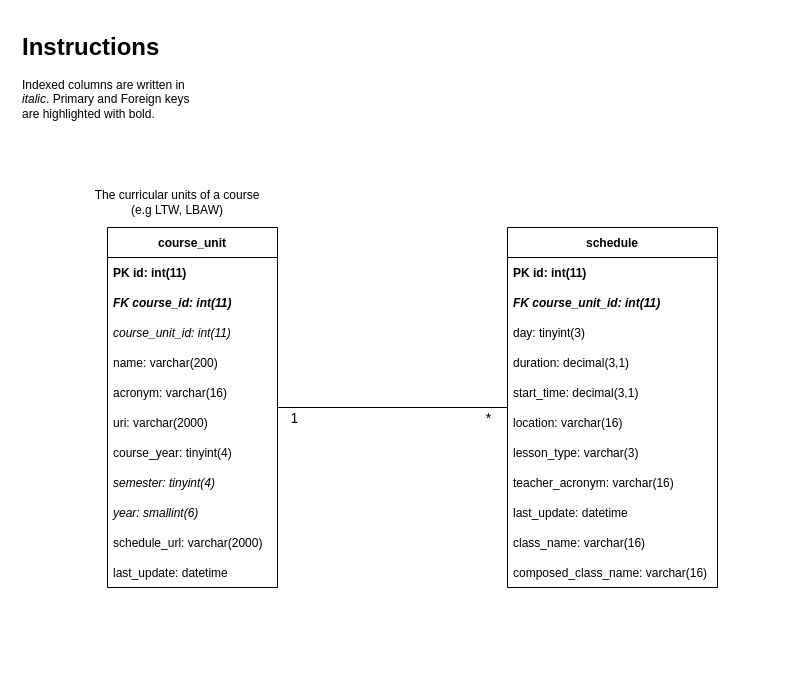
This is docs/schema.drawio from NIAEFEUP/tts-be, a draw.io file, before an edit. Source tidied: cells renumbered, new cells numbered last; positions are measured from the earlier drawing's top-left corner, leaving out a move shared by most shapes. Both pictures are drawn from the tidied source at 100%, with x=0, y=0 at pixel (17, 27).
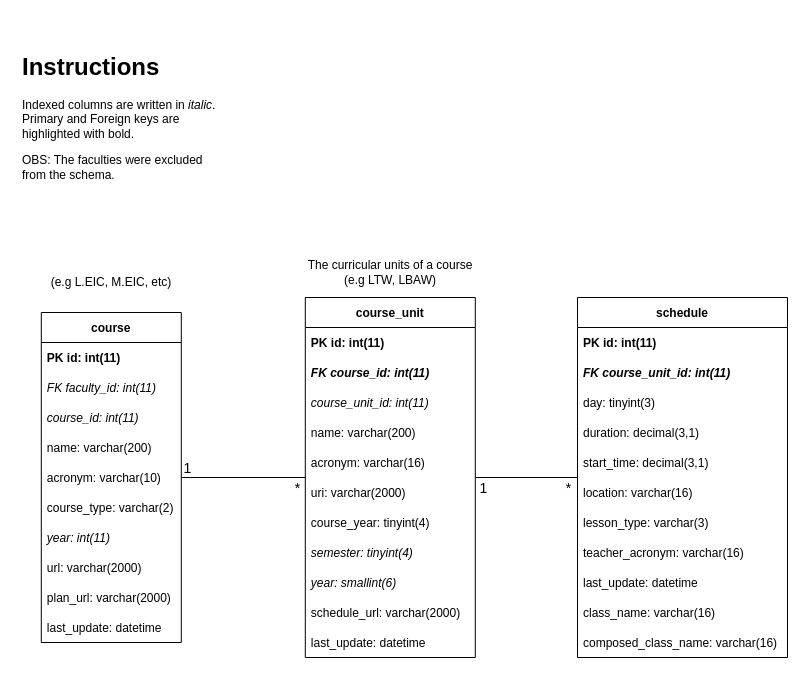
The same page after the edit.

Commit message (it also covers changes not shown here):
update: database schema

The change refers to these unchanged cells:
```xml
<mxCell id="16" style="edgeStyle=none;html=1;endArrow=none;endFill=0;" parent="1" edge="1" source="19" target="2">
  <mxGeometry relative="1" as="geometry" />
</mxCell>
```

What changed in the source:
```diff
@@
+    <mxCell id="31" style="edgeStyle=none;html=1;endArrow=none;endFill=0;rounded=0;" parent="1" edge="1" source="2" target="34">
+      <mxGeometry relative="1" as="geometry" />
+    </mxCell>
+    <mxCell id="32" value="&lt;font style=&quot;font-size: 14px&quot;&gt;*&lt;/font&gt;" style="edgeLabel;html=1;align=center;verticalAlign=middle;" parent="31" vertex="1">
+      <mxGeometry x="-0.81" relative="1" as="geometry">
+        <mxPoint x="4" y="10" as="offset" />
+      </mxGeometry>
+    </mxCell>
+    <mxCell id="33" value="1" style="edgeLabel;html=1;align=center;verticalAlign=middle;fontSize=14;" parent="31" vertex="1">
+      <mxGeometry x="0.22" y="3" relative="1" as="geometry">
+        <mxPoint x="-42" y="-13" as="offset" />
+      </mxGeometry>
+    </mxCell>
     <mxCell id="2" value="course_unit" style="swimlane;fontStyle=1;horizontal=1;startSize=30;" parent="1" vertex="1">
-      <mxGeometry x="90" y="200" width="170" height="360" as="geometry" />
+      <mxGeometry x="287.8" y="270" width="170" height="360" as="geometry" />
     </mxCell>
@@
     <mxCell id="14" value="The curricular units of a course (e.g LTW, LBAW)" style="text;html=1;strokeColor=none;fillColor=none;align=center;verticalAlign=middle;whiteSpace=wrap;rounded=0;" parent="1" vertex="1">
-      <mxGeometry x="75" y="160" width="170" height="30" as="geometry" />
+      <mxGeometry x="287.8" y="230" width="170" height="30" as="geometry" />
     </mxCell>
-    <mxCell id="15" value="&lt;h1&gt;Instructions&lt;/h1&gt;&lt;p&gt;Indexed columns are written in &lt;i&gt;italic&lt;/i&gt;. Primary and Foreign keys are highlighted with bold.&amp;nbsp;&lt;/p&gt;" style="text;html=1;strokeColor=none;fillColor=none;spacing=5;spacingTop=-20;whiteSpace=wrap;overflow=hidden;rounded=0;" parent="1" vertex="1">
-      <mxGeometry width="190" height="120" as="geometry" />
+    <mxCell id="15" value="&lt;h1&gt;Instructions&lt;/h1&gt;&lt;p&gt;Indexed columns are written in &lt;i&gt;italic&lt;/i&gt;. Primary and Foreign keys are highlighted with bold.&amp;nbsp;&lt;/p&gt;&lt;p&gt;OBS: The faculties were excluded from the schema.&amp;nbsp;&lt;/p&gt;" style="text;html=1;strokeColor=none;fillColor=none;spacing=5;spacingTop=-20;whiteSpace=wrap;overflow=hidden;rounded=0;" parent="1" vertex="1">
+      <mxGeometry y="20" width="210" height="150" as="geometry" />
     </mxCell>
@@
     <mxCell id="18" value="&lt;font style=&quot;font-size: 14px&quot;&gt;*&lt;/font&gt;" style="edgeLabel;html=1;align=center;verticalAlign=middle;" parent="16" vertex="1">
       <mxGeometry x="-0.73" relative="1" as="geometry">
-        <mxPoint x="11" y="10" as="offset" />
+        <mxPoint x="4" y="10" as="offset" />
       </mxGeometry>
     </mxCell>
     <mxCell id="19" value="schedule" style="swimlane;fontStyle=1;horizontal=1;startSize=30;" parent="1" vertex="1">
-      <mxGeometry x="490" y="200" width="210" height="360" as="geometry" />
+      <mxGeometry x="560" y="270" width="210" height="360" as="geometry" />
     </mxCell>
@@
+    <mxCell id="34" value="course" style="swimlane;fontStyle=1;horizontal=1;startSize=30;" parent="1" vertex="1">
+      <mxGeometry x="23.8" y="285" width="140" height="330" as="geometry" />
+    </mxCell>
+    <mxCell id="35" value="PK id: int(11)" style="text;strokeColor=none;fillColor=none;align=left;verticalAlign=middle;spacingLeft=4;spacingRight=4;overflow=hidden;fontStyle=1;" parent="34" vertex="1">
+      <mxGeometry y="30" width="140" height="30" as="geometry" />
+    </mxCell>
+    <mxCell id="36" value="FK faculty_id: int(11)" style="text;strokeColor=none;fillColor=none;align=left;verticalAlign=middle;spacingLeft=4;spacingRight=4;overflow=hidden;fontStyle=2;" parent="34" vertex="1">
+      <mxGeometry y="60" width="140" height="30" as="geometry" />
+    </mxCell>
+    <mxCell id="37" value="course_id: int(11)" style="text;strokeColor=none;fillColor=none;align=left;verticalAlign=middle;spacingLeft=4;spacingRight=4;overflow=hidden;fontStyle=2;" parent="34" vertex="1">
+      <mxGeometry y="90" width="140" height="30" as="geometry" />
+    </mxCell>
+    <mxCell id="38" value="name: varchar(200)" style="text;strokeColor=none;fillColor=none;align=left;verticalAlign=middle;spacingLeft=4;spacingRight=4;overflow=hidden;fontStyle=0;" parent="34" vertex="1">
+      <mxGeometry y="120" width="140" height="30" as="geometry" />
+    </mxCell>
+    <mxCell id="39" value="acronym: varchar(10)" style="text;strokeColor=none;fillColor=none;align=left;verticalAlign=middle;spacingLeft=4;spacingRight=4;overflow=hidden;fontStyle=0;" parent="34" vertex="1">
+      <mxGeometry y="150" width="140" height="30" as="geometry" />
+    </mxCell>
+    <mxCell id="40" value="course_type: varchar(2)" style="text;strokeColor=none;fillColor=none;align=left;verticalAlign=middle;spacingLeft=4;spacingRight=4;overflow=hidden;fontStyle=0;" parent="34" vertex="1">
+      <mxGeometry y="180" width="140" height="30" as="geometry" />
+    </mxCell>
+    <mxCell id="41" value="year: int(11)" style="text;strokeColor=none;fillColor=none;align=left;verticalAlign=middle;spacingLeft=4;spacingRight=4;overflow=hidden;fontStyle=2;" parent="34" vertex="1">
+      <mxGeometry y="210" width="140" height="30" as="geometry" />
+    </mxCell>
+    <mxCell id="42" value="url: varchar(2000)" style="text;strokeColor=none;fillColor=none;align=left;verticalAlign=middle;spacingLeft=4;spacingRight=4;overflow=hidden;fontStyle=0;" parent="34" vertex="1">
+      <mxGeometry y="240" width="140" height="30" as="geometry" />
+    </mxCell>
+    <mxCell id="43" value="plan_url: varchar(2000)" style="text;strokeColor=none;fillColor=none;align=left;verticalAlign=middle;spacingLeft=4;spacingRight=4;overflow=hidden;fontStyle=0;" parent="34" vertex="1">
+      <mxGeometry y="270" width="140" height="30" as="geometry" />
+    </mxCell>
+    <mxCell id="44" value="last_update: datetime" style="text;strokeColor=none;fillColor=none;align=left;verticalAlign=middle;spacingLeft=4;spacingRight=4;overflow=hidden;fontStyle=0;" parent="34" vertex="1">
+      <mxGeometry y="300" width="140" height="30" as="geometry" />
+    </mxCell>
+    <mxCell id="45" value="(e.g L.EIC, M.EIC, etc)" style="text;html=1;strokeColor=none;fillColor=none;align=center;verticalAlign=middle;whiteSpace=wrap;rounded=0;" parent="1" vertex="1">
+      <mxGeometry x="8.8" y="240" width="170" height="30" as="geometry" />
+    </mxCell>
```
